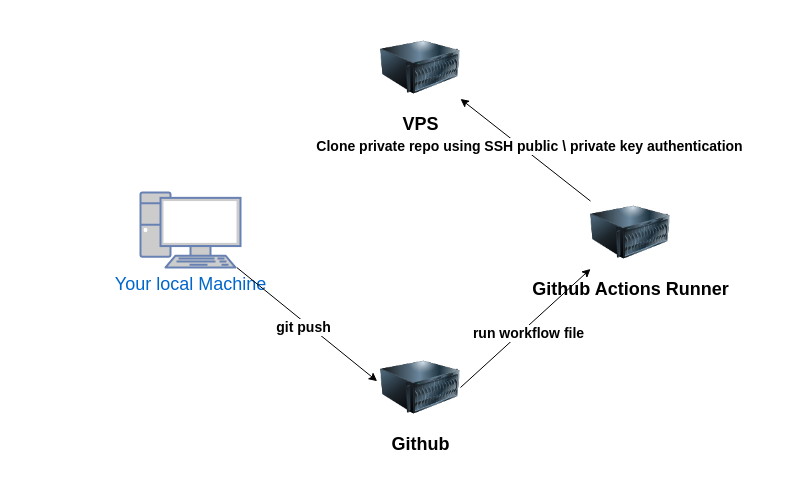
NathanKr/github-actions-simply-deploy-to-vps keeps this draw.io diagram as figs/high-level-schema.drawio. Above is the earlier version. Source tidied: cells renumbered, new cells numbered last; positions are measured from the earlier drawing's top-left corner, leaving out a move shared by most shapes. Both pictures are drawn from the tidied source at 100%, with x=0, y=0 at pixel (140, 27). Pictures stored in the file or linked from it are replaced by grey dashed boxes.
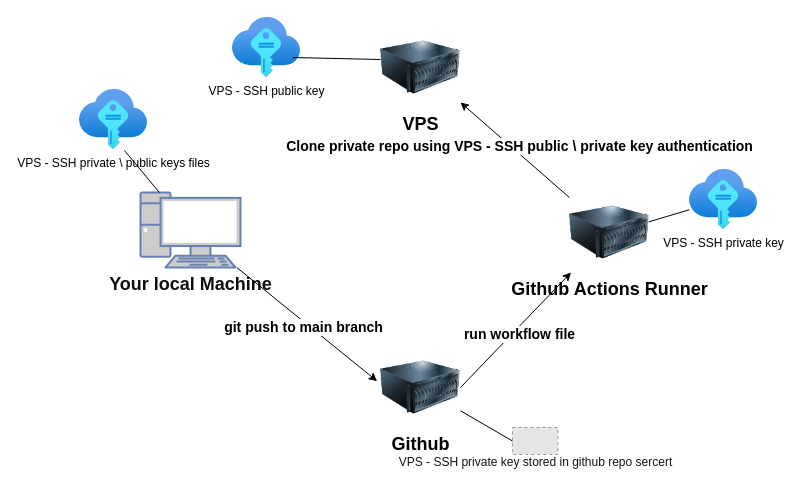
After the change.

Commit message (it also covers changes not shown here):
more design parts

The change refers to these unchanged cells:
```xml
<mxCell id="5" value="&lt;font style=&quot;font-size: 18px;&quot;&gt;&lt;b style=&quot;&quot;&gt;Github&lt;/b&gt;&lt;/font&gt;" style="image;html=1;image=img/lib/clip_art/computers/Server_128x128.png;" parent="1" vertex="1">
  <mxGeometry x="240" y="320" width="80" height="80" as="geometry" />
</mxCell>
<mxCell id="6" style="endArrow=classic;html=1;rounded=0;entryX=-0.042;entryY=0.421;entryDx=0;entryDy=0;entryPerimeter=0;" parent="1" edge="1" source="2" target="5">
  <mxGeometry relative="1" as="geometry" />
</mxCell>
<mxCell id="10" style="endArrow=classic;html=1;rounded=0;" parent="1" edge="1" source="3" target="4">
  <mxGeometry relative="1" as="geometry" />
</mxCell>
```

Change to the diagram source:
```diff
@@
-    <mxCell id="2" value="&lt;font style=&quot;font-size: 18px;&quot;&gt;Your local Machine&lt;/font&gt;&lt;div&gt;&lt;br&gt;&lt;/div&gt;" style="fontColor=#0066CC;verticalAlign=top;verticalLabelPosition=bottom;labelPosition=center;align=center;html=1;outlineConnect=0;fillColor=#CCCCCC;strokeColor=#6881B3;gradientColor=none;gradientDirection=north;strokeWidth=2;shape=mxgraph.networks.pc;" parent="1" vertex="1">
+    <mxCell id="2" value="&lt;font style=&quot;font-size: 18px; color: rgb(15, 15, 15);&quot;&gt;&lt;b style=&quot;&quot;&gt;Your local Machine&lt;/b&gt;&lt;/font&gt;&lt;div&gt;&lt;br&gt;&lt;/div&gt;" style="fontColor=#0066CC;verticalAlign=top;verticalLabelPosition=bottom;labelPosition=center;align=center;html=1;outlineConnect=0;fillColor=#CCCCCC;strokeColor=#6881B3;gradientColor=none;gradientDirection=north;strokeWidth=2;shape=mxgraph.networks.pc;" parent="1" vertex="1">
       <mxGeometry y="165" width="100" height="75" as="geometry" />
     </mxCell>
     <mxCell id="3" value="&lt;font style=&quot;font-size: 18px;&quot;&gt;&lt;b style=&quot;&quot;&gt;Github Actions Runner&lt;/b&gt;&lt;/font&gt;" style="image;html=1;image=img/lib/clip_art/computers/Server_128x128.png;" parent="1" vertex="1">
-      <mxGeometry x="450" y="165" width="80" height="80" as="geometry" />
+      <mxGeometry x="429" y="165" width="80" height="80" as="geometry" />
     </mxCell>
@@
-    <mxCell id="7" value="&lt;font style=&quot;font-size: 14px;&quot;&gt;&lt;b&gt;git push&lt;/b&gt;&lt;/font&gt;" style="edgeLabel;html=1;align=center;verticalAlign=middle;" parent="6" vertex="1">
+    <mxCell id="7" value="&lt;font style=&quot;font-size: 14px;&quot;&gt;&lt;b&gt;git push to main branch&lt;/b&gt;&lt;/font&gt;" style="edgeLabel;html=1;align=center;verticalAlign=middle;" parent="6" vertex="1">
       <mxGeometry x="-0.01" y="-5" relative="1" as="geometry" />
     </mxCell>
@@
-    <mxCell id="11" value="&lt;font style=&quot;font-size: 14px;&quot;&gt;&lt;b&gt;Clone private repo using SSH public \ private key authentication&lt;/b&gt;&lt;/font&gt;" style="edgeLabel;html=1;align=center;verticalAlign=middle;" parent="10" vertex="1">
+    <mxCell id="11" value="&lt;font style=&quot;font-size: 14px;&quot;&gt;&lt;b&gt;Clone private repo using VPS - SSH public \ private key authentication&lt;/b&gt;&lt;/font&gt;" style="edgeLabel;html=1;align=center;verticalAlign=middle;" parent="10" vertex="1">
       <mxGeometry x="-0.01" y="-5" relative="1" as="geometry" />
     </mxCell>
+    <mxCell id="12" value="VPS - SSH private \ public keys files" style="image;html=1;points=[];align=center;fontSize=12;image=img/lib/azure2/other/SSH_Keys.svg;" parent="1" vertex="1">
+      <mxGeometry x="-61" y="62" width="68" height="60" as="geometry" />
+    </mxCell>
+    <mxCell id="13" style="endArrow=none;html=1;rounded=0;exitX=0.662;exitY=1.017;exitDx=0;exitDy=0;exitPerimeter=0;" parent="1" edge="1" source="12" target="2">
+      <mxGeometry relative="1" as="geometry" />
+    </mxCell>
+    <mxCell id="14" value="VPS - SSH public key" style="image;html=1;align=center;fontSize=12;image=img/lib/azure2/other/SSH_Keys.svg;" parent="1" vertex="1">
+      <mxGeometry x="92" y="-10" width="68" height="60" as="geometry" />
+    </mxCell>
+    <mxCell id="15" style="endArrow=none;html=1;rounded=0;" parent="1" edge="1">
+      <mxGeometry relative="1" as="geometry">
+        <mxPoint x="152" y="30" as="sourcePoint" />
+        <mxPoint x="240" y="32" as="targetPoint" />
+      </mxGeometry>
+    </mxCell>
+    <mxCell id="16" value="VPS - SSH private key" style="image;html=1;points=[];align=center;fontSize=12;image=img/lib/azure2/other/SSH_Keys.svg;" parent="1" vertex="1">
+      <mxGeometry x="549" y="142" width="68" height="60" as="geometry" />
+    </mxCell>
+    <mxCell id="17" value="&lt;font style=&quot;font-size: 12px; color: rgb(20, 20, 20); font-weight: normal;&quot;&gt;VPS - SSH private key stored in github repo sercert&lt;/font&gt;" style="fillColor=#E6E6E6;strokeColor=#999999;dashed=1;html=1;verticalAlign=top;labelPosition=center;verticalLabelPosition=bottom;align=center;spacingTop=-6;fontSize=11;fontStyle=1;fontColor=#999999;" parent="1" vertex="1">
+      <mxGeometry x="372" y="400" width="45.4" height="27" as="geometry" />
+    </mxCell>
+    <mxCell id="18" style="endArrow=none;html=1;rounded=0;entryX=0;entryY=0.5;entryDx=0;entryDy=0;" parent="1" edge="1" source="5" target="17">
+      <mxGeometry relative="1" as="geometry" />
+    </mxCell>
+    <mxCell id="19" style="endArrow=none;html=1;rounded=0;exitX=0.992;exitY=0.367;exitDx=0;exitDy=0;exitPerimeter=0;" parent="1" edge="1" source="3" target="16">
+      <mxGeometry relative="1" as="geometry" />
+    </mxCell>
```
